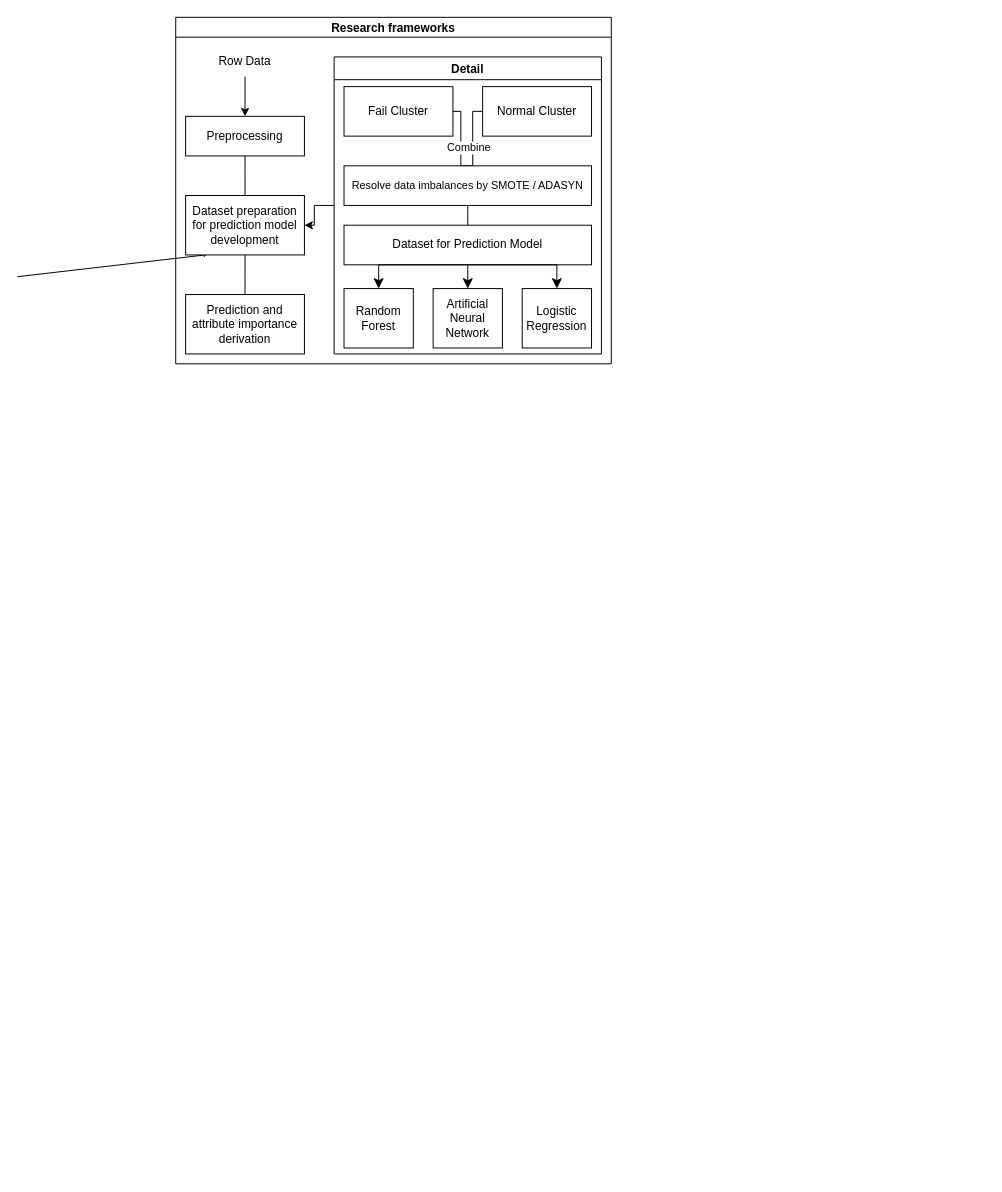
likelion-hakerton-11th/back_end keeps this draw.io diagram as 제목 없는 다이어그램.drawio. Above is the earlier version. Source tidied: cells renumbered, new cells numbered last; positions are measured from the earlier drawing's top-left corner, leaving out a move shared by most shapes. Both pictures are drawn from the tidied source at 99%, with x=0, y=0 at pixel (17, 17).
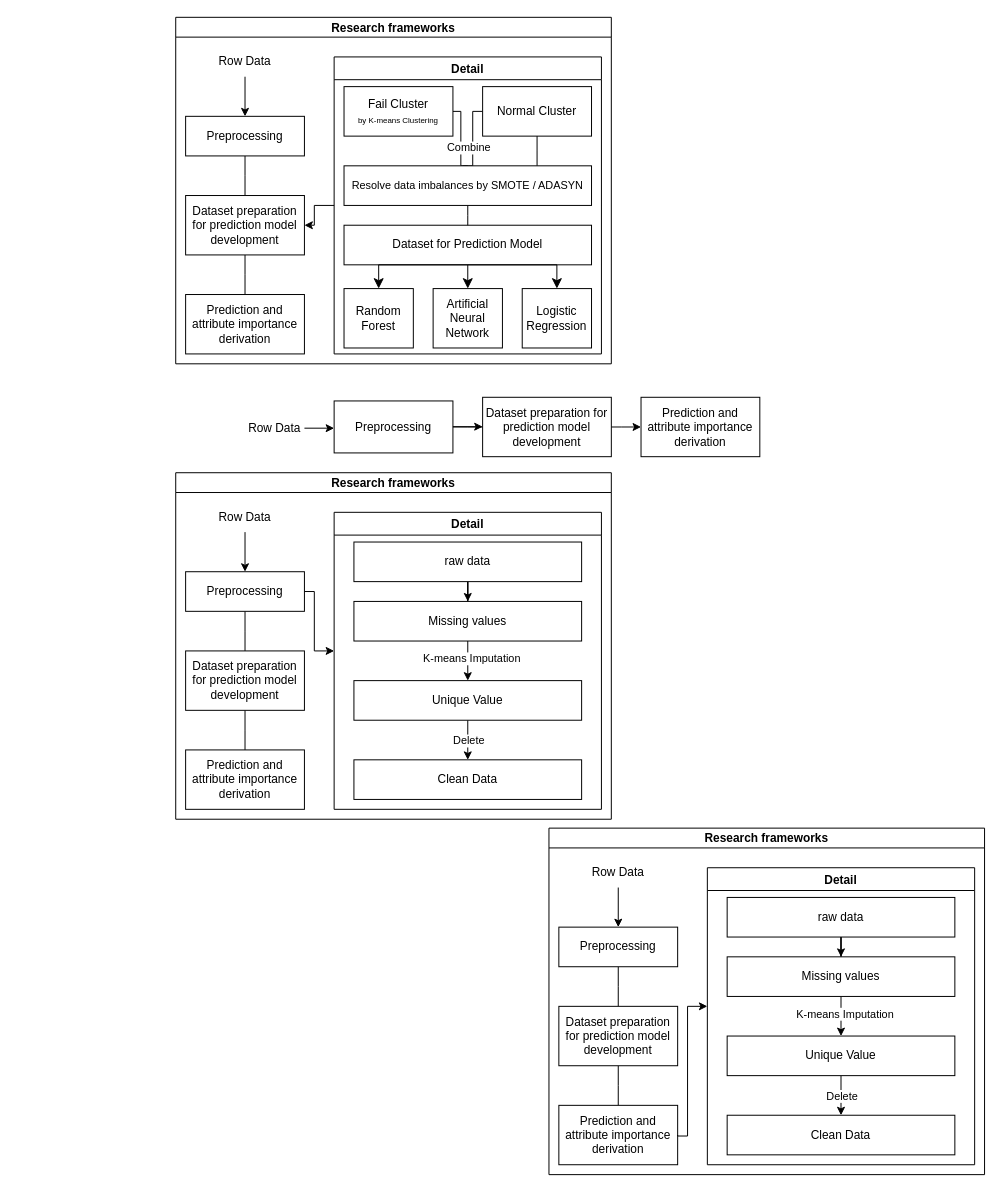
The same page after the edit.

Commit message:
제목 없는 다이어그램.drawio 업데이트

Unchanged cells that the change refers to:
```xml
<mxCell id="13" value="Detail" style="swimlane;" parent="4" vertex="1">
  <mxGeometry x="160" y="40" width="270" height="300" as="geometry" />
</mxCell>
<mxCell id="18" value="Normal Cluster" style="whiteSpace=wrap;html=1;align=center;newEdgeStyle={&quot;edgeStyle&quot;:&quot;elbowEdgeStyle&quot;,&quot;startArrow&quot;:&quot;none&quot;,&quot;endArrow&quot;:&quot;none&quot;};" parent="13" vertex="1">
  <mxGeometry x="150" y="30" width="110" height="50" as="geometry" />
</mxCell>
<mxCell id="27" value="&lt;font style=&quot;font-size: 11px;&quot;&gt;Resolve data imbalances by SMOTE / ADASYN&lt;/font&gt;" style="whiteSpace=wrap;html=1;align=center;newEdgeStyle={&quot;edgeStyle&quot;:&quot;elbowEdgeStyle&quot;,&quot;startArrow&quot;:&quot;none&quot;,&quot;endArrow&quot;:&quot;none&quot;};" parent="13" vertex="1">
  <mxGeometry x="10" y="110" width="250" height="40" as="geometry" />
</mxCell>
```

What changed in the source:
```diff
@@
-    <mxCell id="2" style="endArrow=none;html=1;rounded=0;entryX=0.225;entryY=-0.192;entryDx=0;entryDy=0;entryPerimeter=0;" parent="1" edge="1">
-      <mxGeometry relative="1" as="geometry">
-        <mxPoint x="188.5" y="242" as="sourcePoint" />
-        <mxPoint x="240" y="190" as="targetPoint" />
-      </mxGeometry>
-    </mxCell>
-    <mxCell id="3" style="endArrow=none;html=1;rounded=0;entryX=0.875;entryY=1.063;entryDx=0;entryDy=0;entryPerimeter=0;" parent="1" edge="1">
-      <mxGeometry relative="1" as="geometry">
-        <mxPoint x="190" y="240" as="sourcePoint" />
-        <mxPoint y="262" as="targetPoint" />
-      </mxGeometry>
-    </mxCell>
@@
-    <mxCell id="15" value="Fail Cluster" style="whiteSpace=wrap;html=1;align=center;newEdgeStyle={&quot;edgeStyle&quot;:&quot;elbowEdgeStyle&quot;,&quot;startArrow&quot;:&quot;none&quot;,&quot;endArrow&quot;:&quot;none&quot;};" parent="13" vertex="1">
+    <mxCell id="15" value="Fail Cluster&lt;div&gt;&lt;font style=&quot;font-size: 8px;&quot;&gt;by K-means Clustering&lt;/font&gt;&lt;/div&gt;" style="whiteSpace=wrap;html=1;align=center;newEdgeStyle={&quot;edgeStyle&quot;:&quot;elbowEdgeStyle&quot;,&quot;startArrow&quot;:&quot;none&quot;,&quot;endArrow&quot;:&quot;none&quot;};" parent="13" vertex="1">
       <mxGeometry x="10" y="30" width="110" height="50" as="geometry" />
     </mxCell>
@@
+    <mxCell id="28" style="edgeStyle=elbowEdgeStyle;rounded=0;jettySize=auto;html=1;elbow=horizontal;startArrow=none;endArrow=none;" parent="13" edge="1" source="27" target="18">
+      <mxGeometry relative="1" as="geometry" />
+    </mxCell>
@@
+    <mxCell id="29" value="Research frameworks" style="swimlane;startSize=20;horizontal=1;containerType=tree;" parent="1" vertex="1">
+      <mxGeometry x="537" y="819" width="440" height="350" as="geometry" />
+    </mxCell>
+    <mxCell id="30" style="edgeStyle=elbowEdgeStyle;elbow=vertical;sourcePerimeterSpacing=0;targetPerimeterSpacing=0;startArrow=none;endArrow=none;rounded=0;curved=0;" parent="29" edge="1" source="31" target="33">
+      <mxGeometry relative="1" as="geometry" />
+    </mxCell>
+    <mxCell id="31" value="Preprocessing" style="whiteSpace=wrap;html=1;newEdgeStyle={&quot;edgeStyle&quot;:&quot;elbowEdgeStyle&quot;,&quot;startArrow&quot;:&quot;none&quot;,&quot;endArrow&quot;:&quot;none&quot;};" parent="29" vertex="1">
+      <mxGeometry x="10" y="100" width="120" height="40" as="geometry" />
+    </mxCell>
+    <mxCell id="32" style="edgeStyle=elbowEdgeStyle;rounded=0;jettySize=auto;html=1;startArrow=none;endArrow=none;entryX=0.5;entryY=0;entryDx=0;entryDy=0;" parent="29" edge="1" source="33" target="34">
+      <mxGeometry relative="1" as="geometry" />
+    </mxCell>
+    <mxCell id="33" value="Dataset preparation for prediction model development" style="whiteSpace=wrap;html=1;newEdgeStyle={&quot;edgeStyle&quot;:&quot;elbowEdgeStyle&quot;,&quot;startArrow&quot;:&quot;none&quot;,&quot;endArrow&quot;:&quot;none&quot;};" parent="29" vertex="1">
+      <mxGeometry x="10" y="180" width="120" height="60" as="geometry" />
+    </mxCell>
+    <mxCell id="34" value="Prediction and attribute importance derivation" style="whiteSpace=wrap;html=1;newEdgeStyle={&quot;edgeStyle&quot;:&quot;elbowEdgeStyle&quot;,&quot;startArrow&quot;:&quot;none&quot;,&quot;endArrow&quot;:&quot;none&quot;};" parent="29" vertex="1">
+      <mxGeometry x="10" y="280" width="120" height="60" as="geometry" />
+    </mxCell>
+    <mxCell id="35" style="edgeStyle=orthogonalEdgeStyle;rounded=0;jettySize=auto;html=1;exitX=0.5;exitY=1;exitDx=0;exitDy=0;entryX=0.5;entryY=0;entryDx=0;entryDy=0;" parent="29" edge="1" source="36" target="31">
+      <mxGeometry relative="1" as="geometry">
+        <Array as="points">
+          <mxPoint x="70" y="60" />
+          <mxPoint x="70" y="60" />
+        </Array>
+      </mxGeometry>
+    </mxCell>
+    <mxCell id="36" value="Row Data" style="text;html=1;align=center;verticalAlign=middle;whiteSpace=wrap;rounded=0;" parent="29" vertex="1">
+      <mxGeometry x="40" y="30" width="60" height="30" as="geometry" />
+    </mxCell>
+    <mxCell id="37" style="edgeStyle=orthogonalEdgeStyle;rounded=0;jettySize=auto;html=1;exitX=1;exitY=0.5;exitDx=0;exitDy=0;" parent="29" edge="1" source="34">
+      <mxGeometry relative="1" as="geometry">
+        <mxPoint x="160" y="180" as="targetPoint" />
+        <Array as="points">
+          <mxPoint x="130" y="311" />
+          <mxPoint x="140" y="311" />
+          <mxPoint x="140" y="180" />
+        </Array>
+      </mxGeometry>
+    </mxCell>
+    <mxCell id="38" value="Detail" style="swimlane;" parent="29" vertex="1">
+      <mxGeometry x="160" y="40" width="270" height="300" as="geometry" />
+    </mxCell>
+    <mxCell id="39" style="edgeStyle=elbowEdgeStyle;rounded=0;orthogonalLoop=1;jettySize=auto;html=1;startArrow=none;endArrow=none;entryX=0.5;entryY=0;entryDx=0;entryDy=0;" parent="38" edge="1">
+      <mxGeometry relative="1" as="geometry">
+        <mxPoint x="120" y="55" as="sourcePoint" />
+      </mxGeometry>
+    </mxCell>
+    <mxCell id="40" style="edgeStyle=elbowEdgeStyle;rounded=0;orthogonalLoop=1;jettySize=auto;html=1;startArrow=none;endArrow=none;entryX=0.5;entryY=0;entryDx=0;entryDy=0;" parent="38" edge="1">
+      <mxGeometry relative="1" as="geometry">
+        <mxPoint x="135" y="150" as="sourcePoint" />
+      </mxGeometry>
+    </mxCell>
+    <mxCell id="41" style="edgeStyle=orthogonalEdgeStyle;rounded=0;jettySize=auto;html=1;" parent="38" edge="1" source="42" target="45">
+      <mxGeometry relative="1" as="geometry" />
+    </mxCell>
+    <mxCell id="42" value="raw data" style="html=1;whiteSpace=wrap;" parent="38" vertex="1">
+      <mxGeometry x="20" y="30" width="230" height="40" as="geometry" />
+    </mxCell>
+    <mxCell id="43" style="edgeStyle=orthogonalEdgeStyle;rounded=0;jettySize=auto;html=1;" parent="38" edge="1" source="45" target="48">
+      <mxGeometry relative="1" as="geometry" />
+    </mxCell>
+    <mxCell id="44" value="K-means Imputation" style="edgeLabel;html=1;align=center;verticalAlign=middle;" parent="43" vertex="1">
+      <mxGeometry x="-0.13" y="3" relative="1" as="geometry" />
+    </mxCell>
+    <mxCell id="45" value="Missing values" style="whiteSpace=wrap;html=1;" parent="38" vertex="1">
+      <mxGeometry x="20" y="90" width="230" height="40" as="geometry" />
+    </mxCell>
+    <mxCell id="46" style="edgeStyle=orthogonalEdgeStyle;rounded=0;jettySize=auto;html=1;" parent="38" edge="1" source="48" target="49">
+      <mxGeometry relative="1" as="geometry" />
+    </mxCell>
+    <mxCell id="47" value="Delete" style="edgeLabel;html=1;align=center;verticalAlign=middle;" parent="46" vertex="1">
+      <mxGeometry x="0.36" y="-1" relative="1" as="geometry">
+        <mxPoint x="1" y="-7" as="offset" />
+      </mxGeometry>
+    </mxCell>
+    <mxCell id="48" value="Unique Value" style="whiteSpace=wrap;html=1;" parent="38" vertex="1">
+      <mxGeometry x="20" y="170" width="230" height="40" as="geometry" />
+    </mxCell>
+    <mxCell id="49" value="Clean Data" style="whiteSpace=wrap;html=1;" parent="38" vertex="1">
+      <mxGeometry x="20" y="250" width="230" height="40" as="geometry" />
+    </mxCell>
+    <mxCell id="50" value="Preprocessing" style="whiteSpace=wrap;html=1;newEdgeStyle={&quot;edgeStyle&quot;:&quot;elbowEdgeStyle&quot;,&quot;startArrow&quot;:&quot;none&quot;,&quot;endArrow&quot;:&quot;none&quot;};" parent="1" vertex="1">
+      <mxGeometry x="320" y="387.5" width="120" height="52.5" as="geometry" />
+    </mxCell>
+    <mxCell id="51" style="edgeStyle=elbowEdgeStyle;rounded=0;jettySize=auto;html=1;elbow=horizontal;startArrow=none;endArrow=none;" parent="1" edge="1" source="52" target="50">
+      <mxGeometry relative="1" as="geometry" />
+    </mxCell>
+    <mxCell id="52" value="Dataset preparation for prediction model development" style="whiteSpace=wrap;html=1;newEdgeStyle={&quot;edgeStyle&quot;:&quot;elbowEdgeStyle&quot;,&quot;startArrow&quot;:&quot;none&quot;,&quot;endArrow&quot;:&quot;none&quot;};" parent="1" vertex="1">
+      <mxGeometry x="470" y="383.8" width="130" height="60" as="geometry" />
+    </mxCell>
+    <mxCell id="53" value="Prediction and attribute importance derivation" style="whiteSpace=wrap;html=1;newEdgeStyle={&quot;edgeStyle&quot;:&quot;elbowEdgeStyle&quot;,&quot;startArrow&quot;:&quot;none&quot;,&quot;endArrow&quot;:&quot;none&quot;};" parent="1" vertex="1">
+      <mxGeometry x="630" y="383.8" width="120" height="60" as="geometry" />
+    </mxCell>
+    <mxCell id="54" value="Row Data" style="text;html=1;align=center;verticalAlign=middle;whiteSpace=wrap;rounded=0;" parent="1" vertex="1">
+      <mxGeometry x="230" y="400" width="60" height="30" as="geometry" />
+    </mxCell>
+    <mxCell id="55" style="edgeStyle=orthogonalEdgeStyle;rounded=0;orthogonalLoop=1;jettySize=auto;html=1;exitX=1;exitY=0.5;exitDx=0;exitDy=0;" parent="1" edge="1">
+      <mxGeometry relative="1" as="geometry">
+        <mxPoint x="440" y="413.7" as="sourcePoint" />
+        <mxPoint x="470" y="413.5" as="targetPoint" />
+        <Array as="points">
+          <mxPoint x="470" y="413.7" />
+        </Array>
+      </mxGeometry>
+    </mxCell>
+    <mxCell id="56" style="edgeStyle=orthogonalEdgeStyle;rounded=0;jettySize=auto;html=1;exitX=1;exitY=0.5;exitDx=0;exitDy=0;entryX=0;entryY=0.5;entryDx=0;entryDy=0;" parent="1" edge="1" source="52" target="53">
+      <mxGeometry relative="1" as="geometry">
+        <Array as="points">
+          <mxPoint x="610" y="414" />
+          <mxPoint x="610" y="414" />
+        </Array>
+      </mxGeometry>
+    </mxCell>
+    <mxCell id="57" style="edgeStyle=orthogonalEdgeStyle;rounded=0;orthogonalLoop=1;jettySize=auto;html=1;exitX=1;exitY=0.5;exitDx=0;exitDy=0;" parent="1" edge="1">
+      <mxGeometry relative="1" as="geometry">
+        <mxPoint x="290" y="415" as="sourcePoint" />
+        <mxPoint x="320" y="414.7" as="targetPoint" />
+      </mxGeometry>
+    </mxCell>
+    <mxCell id="58" value="Research frameworks" style="swimlane;startSize=20;horizontal=1;containerType=tree;" parent="1" vertex="1">
+      <mxGeometry x="160" y="460" width="440" height="350" as="geometry" />
+    </mxCell>
+    <mxCell id="59" style="edgeStyle=elbowEdgeStyle;elbow=vertical;sourcePerimeterSpacing=0;targetPerimeterSpacing=0;startArrow=none;endArrow=none;rounded=0;curved=0;" parent="58" edge="1" source="60" target="62">
+      <mxGeometry relative="1" as="geometry" />
+    </mxCell>
+    <mxCell id="60" value="Preprocessing" style="whiteSpace=wrap;html=1;newEdgeStyle={&quot;edgeStyle&quot;:&quot;elbowEdgeStyle&quot;,&quot;startArrow&quot;:&quot;none&quot;,&quot;endArrow&quot;:&quot;none&quot;};" parent="58" vertex="1">
+      <mxGeometry x="10" y="100" width="120" height="40" as="geometry" />
+    </mxCell>
+    <mxCell id="61" style="edgeStyle=elbowEdgeStyle;rounded=0;jettySize=auto;html=1;startArrow=none;endArrow=none;entryX=0.5;entryY=0;entryDx=0;entryDy=0;" parent="58" edge="1" source="62" target="63">
+      <mxGeometry relative="1" as="geometry" />
+    </mxCell>
+    <mxCell id="62" value="Dataset preparation for prediction model development" style="whiteSpace=wrap;html=1;newEdgeStyle={&quot;edgeStyle&quot;:&quot;elbowEdgeStyle&quot;,&quot;startArrow&quot;:&quot;none&quot;,&quot;endArrow&quot;:&quot;none&quot;};" parent="58" vertex="1">
+      <mxGeometry x="10" y="180" width="120" height="60" as="geometry" />
+    </mxCell>
+    <mxCell id="63" value="Prediction and attribute importance derivation" style="whiteSpace=wrap;html=1;newEdgeStyle={&quot;edgeStyle&quot;:&quot;elbowEdgeStyle&quot;,&quot;startArrow&quot;:&quot;none&quot;,&quot;endArrow&quot;:&quot;none&quot;};" parent="58" vertex="1">
+      <mxGeometry x="10" y="280" width="120" height="60" as="geometry" />
+    </mxCell>
+    <mxCell id="64" style="edgeStyle=orthogonalEdgeStyle;rounded=0;jettySize=auto;html=1;exitX=0.5;exitY=1;exitDx=0;exitDy=0;entryX=0.5;entryY=0;entryDx=0;entryDy=0;" parent="58" edge="1" source="65" target="60">
+      <mxGeometry relative="1" as="geometry">
+        <Array as="points">
+          <mxPoint x="70" y="60" />
+          <mxPoint x="70" y="60" />
+        </Array>
+      </mxGeometry>
+    </mxCell>
+    <mxCell id="65" value="Row Data" style="text;html=1;align=center;verticalAlign=middle;whiteSpace=wrap;rounded=0;" parent="58" vertex="1">
+      <mxGeometry x="40" y="30" width="60" height="30" as="geometry" />
+    </mxCell>
+    <mxCell id="66" style="edgeStyle=orthogonalEdgeStyle;rounded=0;jettySize=auto;html=1;exitX=1;exitY=0.5;exitDx=0;exitDy=0;" parent="58" edge="1" source="60">
+      <mxGeometry relative="1" as="geometry">
+        <mxPoint x="160" y="180" as="targetPoint" />
+        <Array as="points">
+          <mxPoint x="140" y="120" />
+          <mxPoint x="140" y="180" />
+        </Array>
+      </mxGeometry>
+    </mxCell>
+    <mxCell id="67" value="Detail" style="swimlane;" parent="58" vertex="1">
+      <mxGeometry x="160" y="40" width="270" height="300" as="geometry" />
+    </mxCell>
+    <mxCell id="68" style="edgeStyle=elbowEdgeStyle;rounded=0;orthogonalLoop=1;jettySize=auto;html=1;startArrow=none;endArrow=none;entryX=0.5;entryY=0;entryDx=0;entryDy=0;" parent="67" edge="1">
+      <mxGeometry relative="1" as="geometry">
+        <mxPoint x="120" y="55" as="sourcePoint" />
+      </mxGeometry>
+    </mxCell>
+    <mxCell id="69" style="edgeStyle=elbowEdgeStyle;rounded=0;orthogonalLoop=1;jettySize=auto;html=1;startArrow=none;endArrow=none;entryX=0.5;entryY=0;entryDx=0;entryDy=0;" parent="67" edge="1">
+      <mxGeometry relative="1" as="geometry">
+        <mxPoint x="135" y="150" as="sourcePoint" />
+      </mxGeometry>
+    </mxCell>
+    <mxCell id="70" style="edgeStyle=orthogonalEdgeStyle;rounded=0;jettySize=auto;html=1;" parent="67" edge="1" source="71" target="74">
+      <mxGeometry relative="1" as="geometry" />
+    </mxCell>
+    <mxCell id="71" value="raw data" style="html=1;whiteSpace=wrap;" parent="67" vertex="1">
+      <mxGeometry x="20" y="30" width="230" height="40" as="geometry" />
+    </mxCell>
+    <mxCell id="72" style="edgeStyle=orthogonalEdgeStyle;rounded=0;jettySize=auto;html=1;" parent="67" edge="1" source="74" target="77">
+      <mxGeometry relative="1" as="geometry" />
+    </mxCell>
+    <mxCell id="73" value="K-means Imputation" style="edgeLabel;html=1;align=center;verticalAlign=middle;" parent="72" vertex="1">
+      <mxGeometry x="-0.13" y="3" relative="1" as="geometry" />
+    </mxCell>
+    <mxCell id="74" value="Missing values" style="whiteSpace=wrap;html=1;" parent="67" vertex="1">
+      <mxGeometry x="20" y="90" width="230" height="40" as="geometry" />
+    </mxCell>
+    <mxCell id="75" style="edgeStyle=orthogonalEdgeStyle;rounded=0;jettySize=auto;html=1;" parent="67" edge="1" source="77" target="78">
+      <mxGeometry relative="1" as="geometry" />
+    </mxCell>
+    <mxCell id="76" value="Delete" style="edgeLabel;html=1;align=center;verticalAlign=middle;" parent="75" vertex="1">
+      <mxGeometry x="0.36" y="-1" relative="1" as="geometry">
+        <mxPoint x="1" y="-7" as="offset" />
+      </mxGeometry>
+    </mxCell>
+    <mxCell id="77" value="Unique Value" style="whiteSpace=wrap;html=1;" parent="67" vertex="1">
+      <mxGeometry x="20" y="170" width="230" height="40" as="geometry" />
+    </mxCell>
+    <mxCell id="78" value="Clean Data" style="whiteSpace=wrap;html=1;" parent="67" vertex="1">
+      <mxGeometry x="20" y="250" width="230" height="40" as="geometry" />
+    </mxCell>
```
